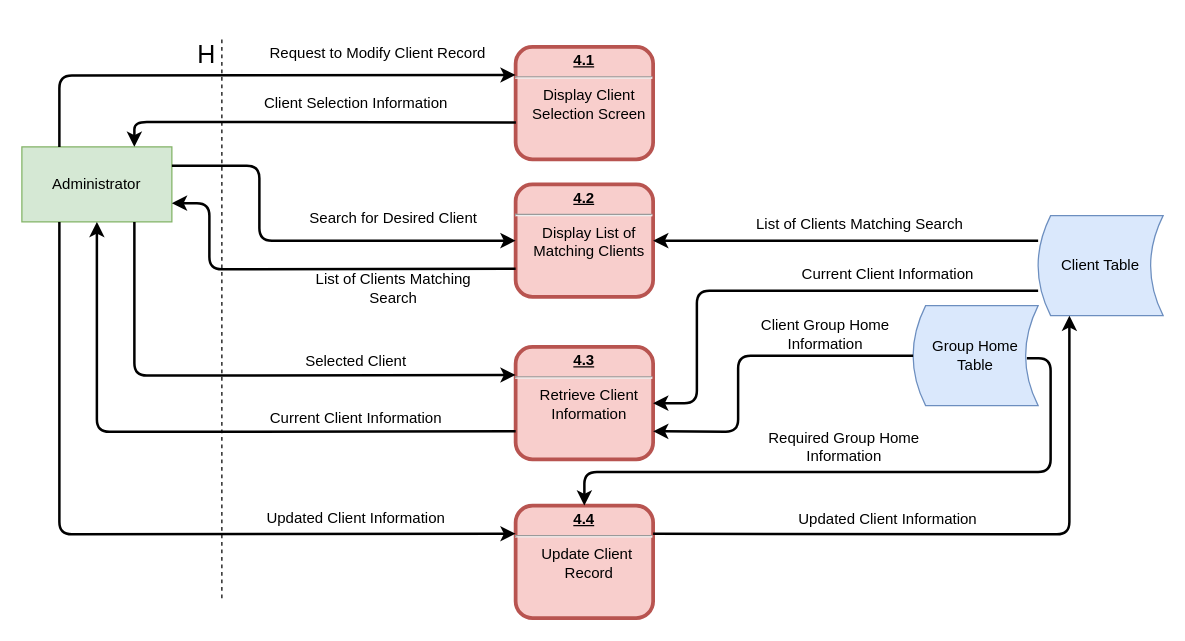
This is page "4: Update Client" (5 of 20) of Diagrams/DFD/Level 1 DFDs.drawio from Harlento/SchedulingSystem, a draw.io file, before an edit. Source tidied: cells renumbered, new cells numbered last; positions are measured from the earlier drawing's top-left corner, leaving out a move shared by most shapes. Both pictures are drawn from the tidied source at 125%, with x=0, y=0 at pixel (21, 21).
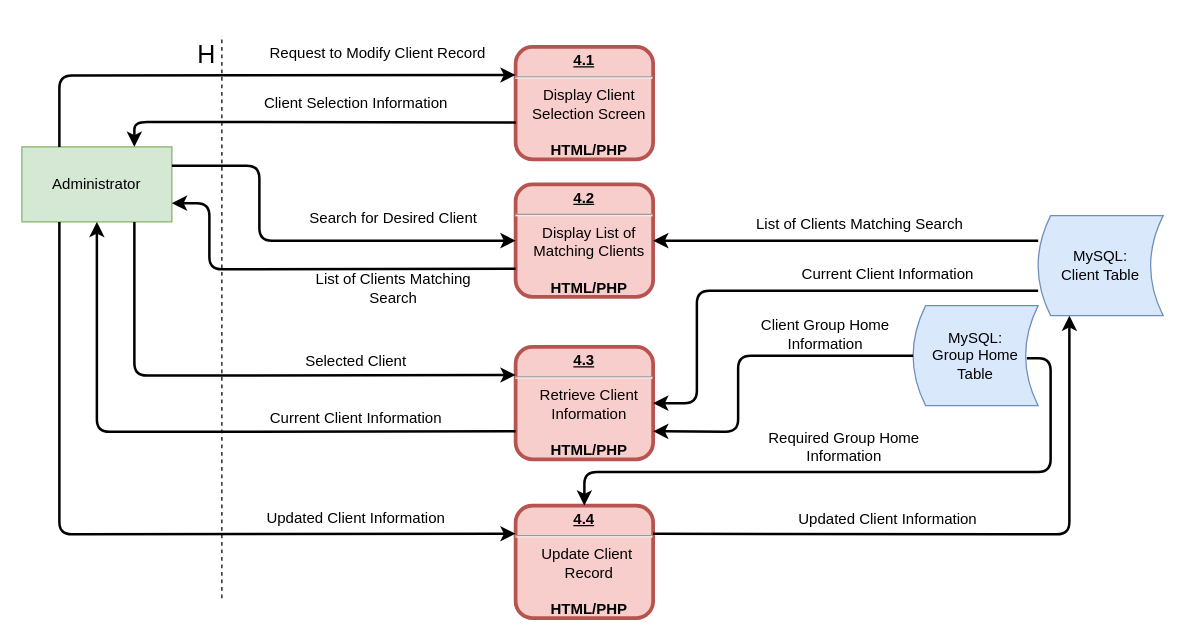
The same page after the edit.

Change to the diagram source:
```diff
@@
-    <mxCell id="2" value="Client Table" style="shape=dataStorage;whiteSpace=wrap;html=1;fillColor=#dae8fc;strokeColor=#6c8ebf;" parent="1" vertex="1">
+    <mxCell id="2" value="MySQL:&lt;br&gt;Client Table" style="shape=dataStorage;whiteSpace=wrap;html=1;fillColor=#dae8fc;strokeColor=#6c8ebf;" parent="1" vertex="1">
       <mxGeometry x="813" y="155" width="100" height="80" as="geometry" />
     </mxCell>
@@
-    <mxCell id="4" value="&lt;p style=&quot;margin: 0px ; margin-top: 4px ; text-align: center ; text-decoration: underline&quot;&gt;4.2&lt;/p&gt;&lt;hr&gt;&lt;p style=&quot;margin: 0px ; margin-left: 8px&quot;&gt;&lt;span style=&quot;font-weight: 400 ; white-space: normal&quot;&gt;Display List of Matching Clients&lt;/span&gt;&lt;/p&gt;" style="verticalAlign=middle;align=center;overflow=fill;fontSize=12;fontFamily=Helvetica;html=1;rounded=1;fontStyle=1;strokeWidth=3;fillColor=#f8cecc;strokeColor=#b85450;" parent="1" vertex="1">
+    <mxCell id="4" value="&lt;p style=&quot;margin: 0px ; margin-top: 4px ; text-align: center ; text-decoration: underline&quot;&gt;4.2&lt;/p&gt;&lt;hr&gt;&lt;p style=&quot;margin: 0px ; margin-left: 8px&quot;&gt;&lt;span style=&quot;font-weight: 400 ; white-space: normal&quot;&gt;Display List of Matching Clients&lt;/span&gt;&lt;/p&gt;&lt;p style=&quot;margin: 0px ; margin-left: 8px&quot;&gt;&lt;span style=&quot;font-weight: 400 ; white-space: normal&quot;&gt;&lt;br&gt;&lt;/span&gt;&lt;/p&gt;&lt;p style=&quot;margin: 0px ; margin-left: 8px&quot;&gt;&lt;span style=&quot;white-space: normal&quot;&gt;HTML/PHP&lt;/span&gt;&lt;span style=&quot;font-weight: 400 ; white-space: normal&quot;&gt;&lt;br&gt;&lt;/span&gt;&lt;/p&gt;" style="verticalAlign=middle;align=center;overflow=fill;fontSize=12;fontFamily=Helvetica;html=1;rounded=1;fontStyle=1;strokeWidth=3;fillColor=#f8cecc;strokeColor=#b85450;" parent="1" vertex="1">
       <mxGeometry x="395" y="130" width="110" height="90" as="geometry" />
     </mxCell>
@@
-    <mxCell id="11" value="&lt;p style=&quot;margin: 0px ; margin-top: 4px ; text-align: center ; text-decoration: underline&quot;&gt;4.1&lt;/p&gt;&lt;hr&gt;&lt;p style=&quot;margin: 0px ; margin-left: 8px&quot;&gt;&lt;span style=&quot;font-weight: 400 ; white-space: normal&quot;&gt;Display Client Selection Screen&lt;/span&gt;&lt;/p&gt;" style="verticalAlign=middle;align=center;overflow=fill;fontSize=12;fontFamily=Helvetica;html=1;rounded=1;fontStyle=1;strokeWidth=3;fillColor=#f8cecc;strokeColor=#b85450;" parent="1" vertex="1">
+    <mxCell id="11" value="&lt;p style=&quot;margin: 0px ; margin-top: 4px ; text-align: center ; text-decoration: underline&quot;&gt;4.1&lt;/p&gt;&lt;hr&gt;&lt;p style=&quot;margin: 0px ; margin-left: 8px&quot;&gt;&lt;span style=&quot;font-weight: 400 ; white-space: normal&quot;&gt;Display Client Selection Screen&lt;/span&gt;&lt;/p&gt;&lt;p style=&quot;margin: 0px ; margin-left: 8px&quot;&gt;&lt;span style=&quot;font-weight: 400 ; white-space: normal&quot;&gt;&lt;br&gt;&lt;/span&gt;&lt;/p&gt;&lt;p style=&quot;margin: 0px ; margin-left: 8px&quot;&gt;&lt;span style=&quot;white-space: normal&quot;&gt;HTML/PHP&lt;/span&gt;&lt;span style=&quot;font-weight: 400 ; white-space: normal&quot;&gt;&lt;br&gt;&lt;/span&gt;&lt;/p&gt;" style="verticalAlign=middle;align=center;overflow=fill;fontSize=12;fontFamily=Helvetica;html=1;rounded=1;fontStyle=1;strokeWidth=3;fillColor=#f8cecc;strokeColor=#b85450;" parent="1" vertex="1">
       <mxGeometry x="395" y="20" width="110" height="90" as="geometry" />
     </mxCell>
@@
-    <mxCell id="18" value="&lt;p style=&quot;margin: 0px ; margin-top: 4px ; text-align: center ; text-decoration: underline&quot;&gt;4.3&lt;/p&gt;&lt;hr&gt;&lt;p style=&quot;margin: 0px 0px 0px 8px&quot;&gt;&lt;span style=&quot;font-weight: 400 ; white-space: normal&quot;&gt;Retrieve Client Information&lt;/span&gt;&lt;/p&gt;" style="verticalAlign=middle;align=center;overflow=fill;fontSize=12;fontFamily=Helvetica;html=1;rounded=1;fontStyle=1;strokeWidth=3;fillColor=#f8cecc;strokeColor=#b85450;" parent="1" vertex="1">
+    <mxCell id="18" value="&lt;p style=&quot;margin: 0px ; margin-top: 4px ; text-align: center ; text-decoration: underline&quot;&gt;4.3&lt;/p&gt;&lt;hr&gt;&lt;p style=&quot;margin: 0px 0px 0px 8px&quot;&gt;&lt;span style=&quot;font-weight: 400 ; white-space: normal&quot;&gt;Retrieve Client Information&lt;/span&gt;&lt;/p&gt;&lt;p style=&quot;margin: 0px 0px 0px 8px&quot;&gt;&lt;span style=&quot;font-weight: 400 ; white-space: normal&quot;&gt;&lt;br&gt;&lt;/span&gt;&lt;/p&gt;&lt;p style=&quot;margin: 0px 0px 0px 8px&quot;&gt;&lt;span style=&quot;white-space: normal&quot;&gt;HTML/PHP&lt;/span&gt;&lt;span style=&quot;font-weight: 400 ; white-space: normal&quot;&gt;&lt;br&gt;&lt;/span&gt;&lt;/p&gt;" style="verticalAlign=middle;align=center;overflow=fill;fontSize=12;fontFamily=Helvetica;html=1;rounded=1;fontStyle=1;strokeWidth=3;fillColor=#f8cecc;strokeColor=#b85450;" parent="1" vertex="1">
       <mxGeometry x="395" y="260" width="110" height="90" as="geometry" />
     </mxCell>
@@
-    <mxCell id="25" value="&lt;p style=&quot;margin: 0px ; margin-top: 4px ; text-align: center ; text-decoration: underline&quot;&gt;4.4&lt;/p&gt;&lt;hr&gt;&lt;p style=&quot;margin: 0px 0px 0px 8px&quot;&gt;&lt;span style=&quot;font-weight: 400 ; white-space: normal&quot;&gt;Update Client&amp;nbsp; Record&lt;/span&gt;&lt;/p&gt;" style="verticalAlign=middle;align=center;overflow=fill;fontSize=12;fontFamily=Helvetica;html=1;rounded=1;fontStyle=1;strokeWidth=3;fillColor=#f8cecc;strokeColor=#b85450;" parent="1" vertex="1">
+    <mxCell id="25" value="&lt;p style=&quot;margin: 0px ; margin-top: 4px ; text-align: center ; text-decoration: underline&quot;&gt;4.4&lt;/p&gt;&lt;hr&gt;&lt;p style=&quot;margin: 0px 0px 0px 8px&quot;&gt;&lt;span style=&quot;font-weight: 400 ; white-space: normal&quot;&gt;Update Client&amp;nbsp; Record&lt;/span&gt;&lt;/p&gt;&lt;p style=&quot;margin: 0px 0px 0px 8px&quot;&gt;&lt;span style=&quot;font-weight: 400 ; white-space: normal&quot;&gt;&lt;br&gt;&lt;/span&gt;&lt;/p&gt;&lt;p style=&quot;margin: 0px 0px 0px 8px&quot;&gt;&lt;span style=&quot;white-space: normal&quot;&gt;HTML/PHP&lt;/span&gt;&lt;span style=&quot;font-weight: 400 ; white-space: normal&quot;&gt;&lt;br&gt;&lt;/span&gt;&lt;/p&gt;" style="verticalAlign=middle;align=center;overflow=fill;fontSize=12;fontFamily=Helvetica;html=1;rounded=1;fontStyle=1;strokeWidth=3;fillColor=#f8cecc;strokeColor=#b85450;" parent="1" vertex="1">
       <mxGeometry x="395" y="387" width="110" height="90" as="geometry" />
     </mxCell>
@@
-    <mxCell id="30" value="Group Home Table" style="shape=dataStorage;whiteSpace=wrap;html=1;fillColor=#dae8fc;strokeColor=#6c8ebf;" parent="1" vertex="1">
+    <mxCell id="30" value="MySQL:&lt;br&gt;Group Home Table" style="shape=dataStorage;whiteSpace=wrap;html=1;fillColor=#dae8fc;strokeColor=#6c8ebf;" parent="1" vertex="1">
       <mxGeometry x="713" y="227" width="100" height="80" as="geometry" />
     </mxCell>
```
